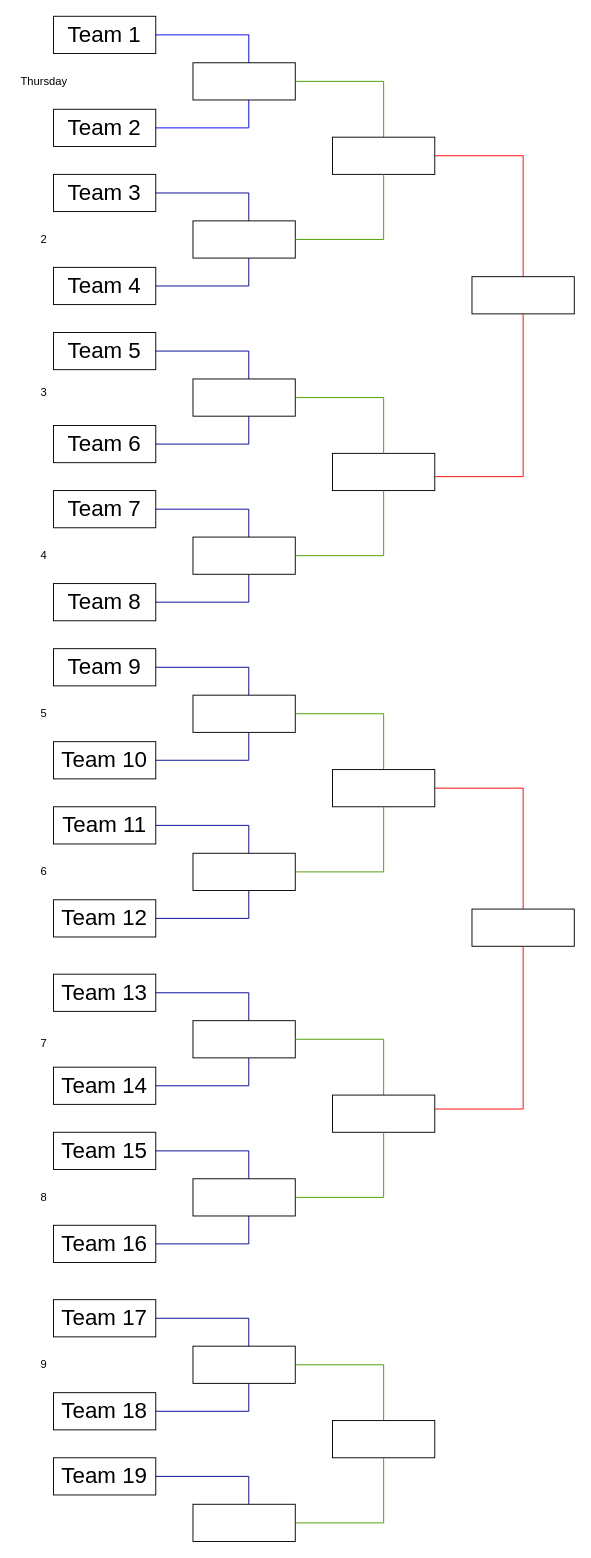
imadchougle/carrom_brackets keeps this draw.io diagram as Carrom Brackets.drawio. Above is the earlier version. Source tidied: cells renumbered, new cells numbered last; positions are measured from the earlier drawing's top-left corner, leaving out a move shared by most shapes. Both pictures are drawn from the tidied source at 93%, with x=0, y=0 at pixel (16, 16).
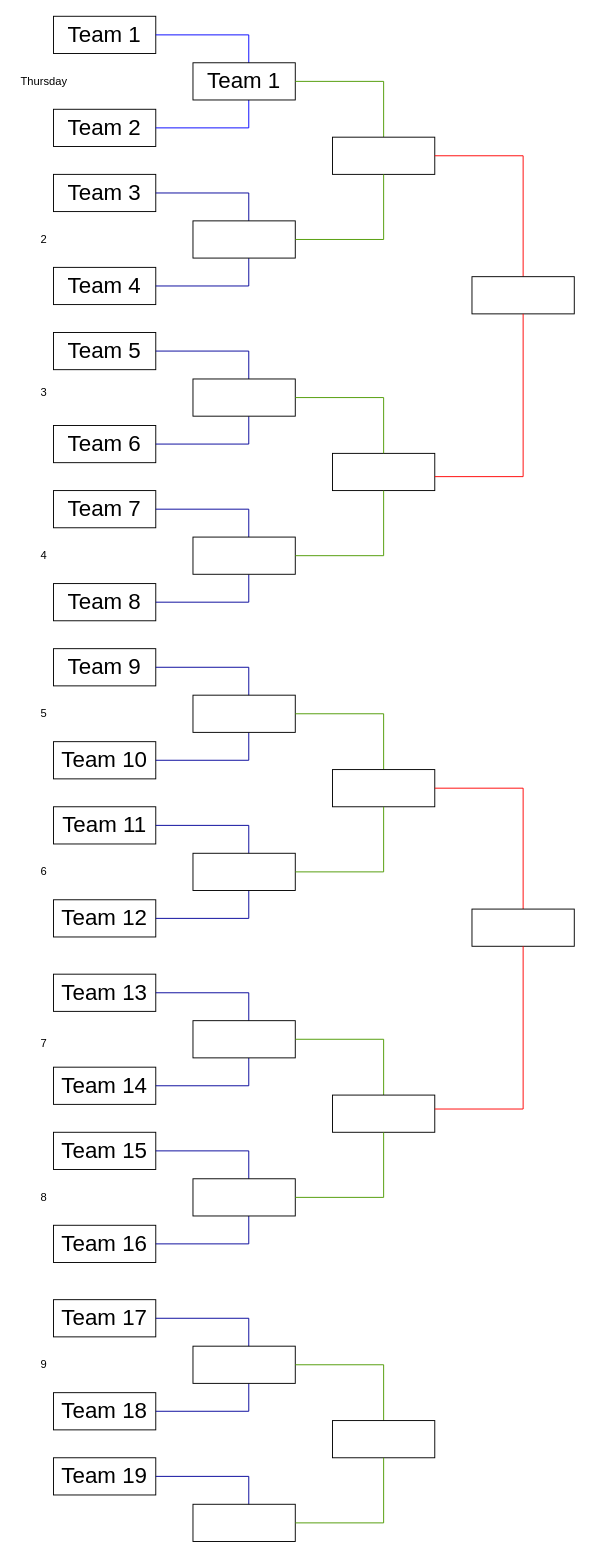
After the change.

What changed in the source:
```diff
@@
-    <mxCell id="49" style="rounded=0;whiteSpace=wrap;html=1;" parent="1" vertex="1">
+    <mxCell id="49" value="&lt;span style=&quot;font-size: 24px;&quot;&gt;Team 1&lt;/span&gt;" style="rounded=0;whiteSpace=wrap;html=1;" parent="1" vertex="1">
       <mxGeometry x="190" y="50" width="110" height="40" as="geometry" />
     </mxCell>
```
